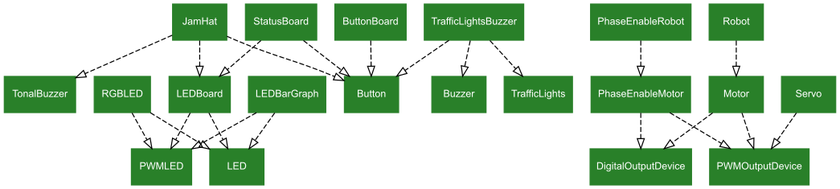
The Graphviz diagram docs/images/composed_devices.png in gpiozero/gpiozero, before a commit. Its source is kept beside it as docs/images/composed_devices.dot.
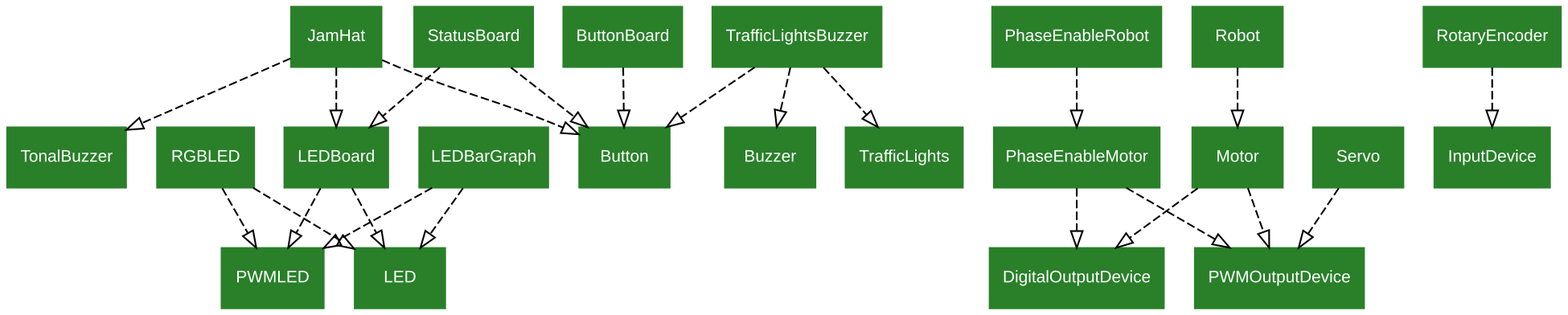
After the change.

The edit, as a diff of the source:
```diff
@@ -34,4 +34,6 @@
     PhaseEnableMotor->PWMOutputDevice;
 
     Servo->PWMOutputDevice;
+
+    RotaryEncoder->InputDevice;
 }
```
